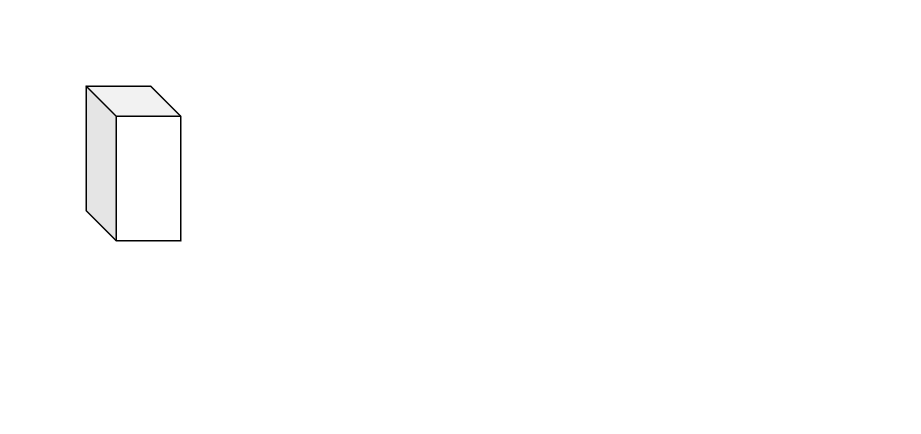
Above: 结题5.drawio in mingking111/draw- (draw.io), before the change. Source tidied: cells renumbered, new cells numbered last; positions are measured from the earlier drawing's top-left corner, leaving out a move shared by most shapes. Both pictures are drawn from the tidied source at 150%, with x=0, y=0 at pixel (86, 86).
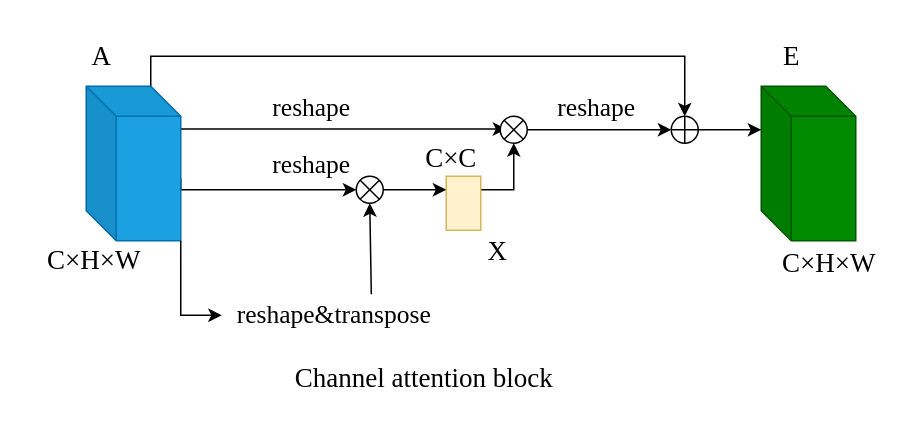
The same page after the edit.

The edit, as a diff of the source:
```diff
@@
+    <mxCell id="3" style="edgeStyle=orthogonalEdgeStyle;rounded=0;orthogonalLoop=1;jettySize=auto;html=1;exitX=0;exitY=0;exitDx=63;exitDy=20;exitPerimeter=0;" parent="1" edge="1">
+      <mxGeometry relative="1" as="geometry">
+        <mxPoint x="63" y="28.5" as="sourcePoint" />
+        <mxPoint x="280" y="28.5" as="targetPoint" />
+      </mxGeometry>
+    </mxCell>
+    <mxCell id="4" style="edgeStyle=orthogonalEdgeStyle;rounded=0;jettySize=auto;html=1;exitX=0;exitY=0;exitDx=43;exitDy=0;exitPerimeter=0;entryX=0.5;entryY=0;entryDx=0;entryDy=0;" parent="1" edge="1" source="2" target="13">
+      <mxGeometry relative="1" as="geometry" />
+    </mxCell>
+    <mxCell id="5" style="edgeStyle=orthogonalEdgeStyle;rounded=0;jettySize=auto;html=1;exitX=0;exitY=0;exitDx=63;exitDy=61.5;exitPerimeter=0;entryX=0;entryY=0.5;entryDx=0;entryDy=0;" parent="1" edge="1" source="2" target="12">
+      <mxGeometry relative="1" as="geometry">
+        <Array as="points">
+          <mxPoint x="63" y="69" />
+        </Array>
+      </mxGeometry>
+    </mxCell>
-    <mxCell id="2" style="shape=cube;whiteSpace=wrap;html=1;boundedLbl=1;backgroundOutline=1;darkOpacity=0.05;darkOpacity2=0.1;" parent="1" vertex="1">
+    <mxCell id="2" style="shape=cube;whiteSpace=wrap;html=1;boundedLbl=1;backgroundOutline=1;darkOpacity=0.05;darkOpacity2=0.1;fillColor=#1ba1e2;fontColor=#ffffff;strokeColor=#006EAF;" parent="1" vertex="1">
       <mxGeometry width="63" height="103" as="geometry" />
     </mxCell>
+    <mxCell id="6" style="edgeStyle=orthogonalEdgeStyle;rounded=0;jettySize=auto;html=1;exitX=1;exitY=0.25;exitDx=0;exitDy=0;entryX=0.5;entryY=1;entryDx=0;entryDy=0;" parent="1" edge="1" source="7" target="10">
+      <mxGeometry relative="1" as="geometry" />
+    </mxCell>
+    <mxCell id="7" style="rounded=0;whiteSpace=wrap;html=1;fillColor=#fff2cc;strokeColor=#d6b656;" parent="1" vertex="1">
+      <mxGeometry x="240" y="60" width="23" height="36" as="geometry" />
+    </mxCell>
+    <mxCell id="8" style="shape=cube;whiteSpace=wrap;html=1;boundedLbl=1;backgroundOutline=1;darkOpacity=0.05;darkOpacity2=0.1;fillColor=#008a00;fontColor=#ffffff;strokeColor=#005700;" parent="1" vertex="1">
+      <mxGeometry x="450" width="63" height="103" as="geometry" />
+    </mxCell>
+    <mxCell id="9" style="edgeStyle=orthogonalEdgeStyle;rounded=0;jettySize=auto;html=1;exitX=1;exitY=0.5;exitDx=0;exitDy=0;entryX=0;entryY=0.5;entryDx=0;entryDy=0;" parent="1" edge="1" source="10" target="13">
+      <mxGeometry relative="1" as="geometry" />
+    </mxCell>
+    <mxCell id="10" style="shape=sumEllipse;perimeter=ellipsePerimeter;whiteSpace=wrap;html=1;backgroundOutline=1;" parent="1" vertex="1">
+      <mxGeometry x="276" y="20" width="18" height="18" as="geometry" />
+    </mxCell>
+    <mxCell id="11" style="edgeStyle=orthogonalEdgeStyle;rounded=0;jettySize=auto;html=1;exitX=1;exitY=0.5;exitDx=0;exitDy=0;entryX=0;entryY=0.25;entryDx=0;entryDy=0;" parent="1" edge="1" source="12" target="7">
+      <mxGeometry relative="1" as="geometry" />
+    </mxCell>
+    <mxCell id="12" style="shape=sumEllipse;perimeter=ellipsePerimeter;whiteSpace=wrap;html=1;backgroundOutline=1;" parent="1" vertex="1">
+      <mxGeometry x="180" y="60" width="18" height="18" as="geometry" />
+    </mxCell>
+    <mxCell id="13" style="shape=orEllipse;perimeter=ellipsePerimeter;whiteSpace=wrap;html=1;backgroundOutline=1;" parent="1" vertex="1">
+      <mxGeometry x="390" y="20" width="18" height="18" as="geometry" />
+    </mxCell>
+    <mxCell id="14" style="edgeStyle=orthogonalEdgeStyle;rounded=0;jettySize=auto;html=1;exitX=1;exitY=0.5;exitDx=0;exitDy=0;entryX=0;entryY=0.282;entryDx=0;entryDy=0;entryPerimeter=0;" parent="1" edge="1" source="13" target="8">
+      <mxGeometry relative="1" as="geometry" />
+    </mxCell>
+    <mxCell id="15" value="&lt;font style=&quot;font-size: 17px;&quot; face=&quot;Times New Roman&quot;&gt;reshape&lt;/font&gt;" style="text;html=1;align=center;verticalAlign=middle;strokeColor=none;fillColor=none;" parent="1" vertex="1">
+      <mxGeometry x="110" width="80" height="30" as="geometry" />
+    </mxCell>
+    <mxCell id="16" value="&lt;font style=&quot;font-size: 17px;&quot; face=&quot;Times New Roman&quot;&gt;reshape&lt;/font&gt;" style="text;html=1;align=center;verticalAlign=middle;strokeColor=none;fillColor=none;" parent="1" vertex="1">
+      <mxGeometry x="110" y="38" width="80" height="30" as="geometry" />
+    </mxCell>
+    <mxCell id="17" value="&lt;font style=&quot;font-size: 17px;&quot; face=&quot;Times New Roman&quot;&gt;reshape&amp;amp;transpose&lt;/font&gt;" style="text;html=1;align=center;verticalAlign=middle;points=[];strokeColor=none;fillColor=none;" parent="1" vertex="1">
+      <mxGeometry x="90" y="138" width="150" height="30" as="geometry" />
+    </mxCell>
+    <mxCell id="18" value="&lt;font style=&quot;font-size: 17px;&quot; face=&quot;Times New Roman&quot;&gt;reshape&lt;/font&gt;" style="text;html=1;align=center;verticalAlign=middle;strokeColor=none;fillColor=none;" parent="1" vertex="1">
+      <mxGeometry x="300" width="80" height="30" as="geometry" />
+    </mxCell>
+    <mxCell id="19" value="&lt;font style=&quot;font-size: 18px;&quot; face=&quot;Times New Roman&quot;&gt;C×H×W&lt;/font&gt;" style="text;html=1;align=center;verticalAlign=middle;strokeColor=none;fillColor=none;" parent="1" vertex="1">
+      <mxGeometry x="-40" y="96" width="90" height="40" as="geometry" />
+    </mxCell>
+    <mxCell id="20" value="&lt;font style=&quot;font-size: 18px;&quot; face=&quot;Times New Roman&quot;&gt;C×H×W&lt;/font&gt;" style="text;html=1;align=center;verticalAlign=middle;strokeColor=none;fillColor=none;" parent="1" vertex="1">
+      <mxGeometry x="450" y="98" width="90" height="40" as="geometry" />
+    </mxCell>
+    <mxCell id="21" style="edgeStyle=orthogonalEdgeStyle;rounded=0;jettySize=auto;html=1;exitX=1;exitY=1;exitDx=0;exitDy=0;exitPerimeter=0;entryX=0.002;entryY=0.489;entryDx=0;entryDy=0;entryPerimeter=0;" parent="1" edge="1" source="2" target="17">
+      <mxGeometry relative="1" as="geometry" />
+    </mxCell>
+    <mxCell id="22" style="endArrow=classic;html=1;rounded=0;entryX=0.5;entryY=1;entryDx=0;entryDy=0;exitX=0.667;exitY=0.022;exitDx=0;exitDy=0;exitPerimeter=0;" parent="1" edge="1" source="17" target="12">
+      <mxGeometry relative="1" as="geometry" />
+    </mxCell>
+    <mxCell id="23" value="&lt;font style=&quot;font-size: 18px;&quot; face=&quot;Times New Roman&quot;&gt;X&lt;/font&gt;" style="text;html=1;align=center;verticalAlign=middle;strokeColor=none;fillColor=none;" parent="1" vertex="1">
+      <mxGeometry x="254" y="90" width="40" height="40" as="geometry" />
+    </mxCell>
+    <mxCell id="24" value="&lt;font style=&quot;font-size: 18px;&quot; face=&quot;Times New Roman&quot;&gt;C×C&lt;/font&gt;" style="text;html=1;align=center;verticalAlign=middle;strokeColor=none;fillColor=none;" parent="1" vertex="1">
+      <mxGeometry x="213" y="28" width="60" height="40" as="geometry" />
+    </mxCell>
+    <mxCell id="25" value="&lt;font style=&quot;font-size: 18px;&quot; face=&quot;Times New Roman&quot;&gt;A&lt;/font&gt;" style="text;html=1;align=center;verticalAlign=middle;strokeColor=none;fillColor=none;" parent="1" vertex="1">
+      <mxGeometry x="-10" y="-40" width="40" height="40" as="geometry" />
+    </mxCell>
+    <mxCell id="26" value="&lt;font style=&quot;font-size: 18px;&quot; face=&quot;Times New Roman&quot;&gt;E&lt;/font&gt;" style="text;html=1;align=center;verticalAlign=middle;strokeColor=none;fillColor=none;" parent="1" vertex="1">
+      <mxGeometry x="455" y="-40" width="30" height="40" as="geometry" />
+    </mxCell>
+    <mxCell id="27" value="&lt;font style=&quot;font-size: 18px;&quot; face=&quot;Times New Roman&quot;&gt;Channel attention block&lt;/font&gt;" style="text;html=1;align=center;verticalAlign=middle;strokeColor=none;fillColor=none;" parent="1" vertex="1">
+      <mxGeometry x="125" y="175" width="200" height="40" as="geometry" />
+    </mxCell>
```
